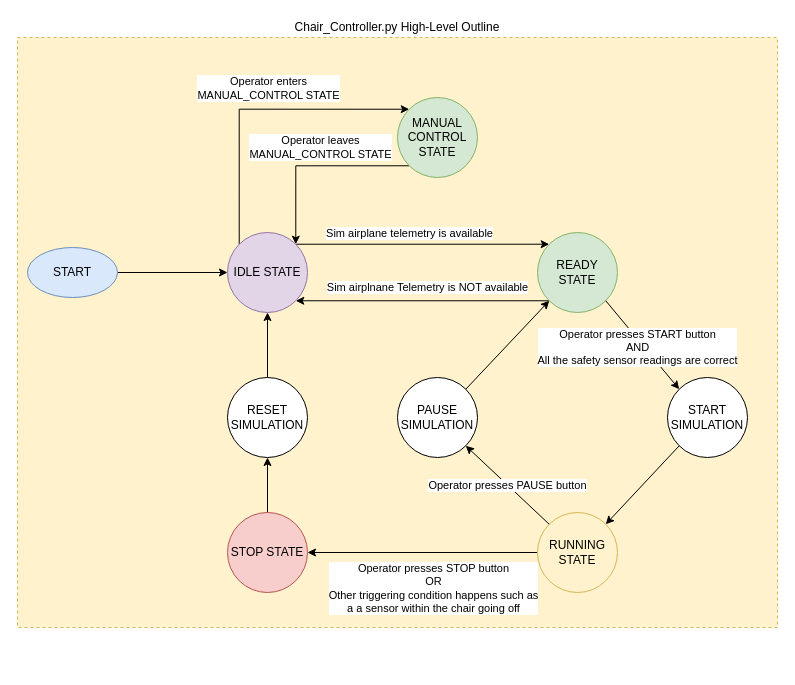
The draw.io diagram FlowChart_Files/High_Level_Outline.drawio in robodude0395/Falcon2_Flight_Sim_Software, before the edit. Source tidied: cells renumbered, new cells numbered last; positions are measured from the earlier drawing's top-left corner, leaving out a move shared by most shapes. Both pictures are drawn from the tidied source at 100%, with x=0, y=0 at pixel (17, 17).
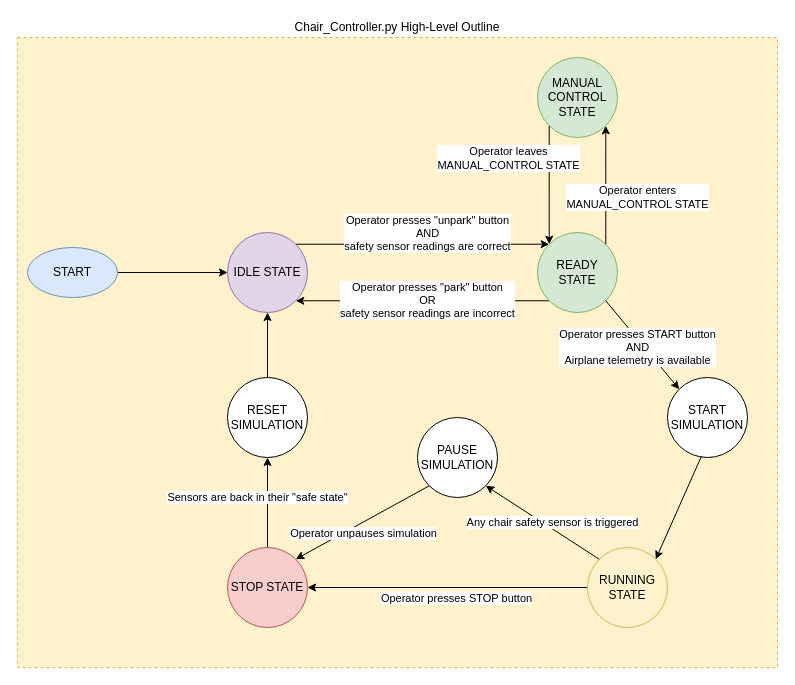
Above is the later version.

Unchanged cells that the change refers to:
```xml
<mxCell id="5" style="edgeStyle=orthogonalEdgeStyle;rounded=0;jettySize=auto;html=1;exitX=1;exitY=0;exitDx=0;exitDy=0;entryX=0;entryY=0;entryDx=0;entryDy=0;" parent="1" edge="1" source="9" target="11">
  <mxGeometry relative="1" as="geometry" />
</mxCell>
<mxCell id="9" value="IDLE STATE" style="ellipse;whiteSpace=wrap;html=1;fillColor=#e1d5e7;strokeColor=#9673a6;" parent="1" vertex="1">
  <mxGeometry x="210" y="215" width="80" height="80" as="geometry" />
</mxCell>
<mxCell id="11" value="READY STATE" style="ellipse;whiteSpace=wrap;html=1;fillColor=#d5e8d4;strokeColor=#82b366;" parent="1" vertex="1">
  <mxGeometry x="520" y="215" width="80" height="80" as="geometry" />
</mxCell>
<mxCell id="12" style="edgeStyle=orthogonalEdgeStyle;rounded=0;jettySize=auto;html=1;exitX=0;exitY=0.5;exitDx=0;exitDy=0;entryX=1;entryY=0.5;entryDx=0;entryDy=0;" parent="1" edge="1" source="14" target="16">
  <mxGeometry relative="1" as="geometry" />
</mxCell>
<mxCell id="20" value="START SIMULATION" style="ellipse;whiteSpace=wrap;html=1;" parent="1" vertex="1">
  <mxGeometry x="650" y="360" width="80" height="80" as="geometry" />
</mxCell>
<mxCell id="24" value="RESET SIMULATION" style="ellipse;whiteSpace=wrap;html=1;" parent="1" vertex="1">
  <mxGeometry x="210" y="360" width="80" height="80" as="geometry" />
</mxCell>
```

Change to the diagram source:
```diff
@@
     <mxCell id="2" style="rounded=0;whiteSpace=wrap;html=1;fillColor=#fff2cc;strokeColor=#d6b656;dashed=1;" parent="1" vertex="1">
-      <mxGeometry y="20" width="760" height="590" as="geometry" />
+      <mxGeometry y="20" width="760" height="630" as="geometry" />
     </mxCell>
@@
-    <mxCell id="6" value="Sim airplane telemetry is available" style="edgeLabel;html=1;align=center;verticalAlign=middle;" parent="5" vertex="1">
+    <mxCell id="6" value="Operator presses &quot;unpark&quot; button&lt;br&gt;AND&lt;br&gt;safety sensor readings are correct" style="edgeLabel;html=1;align=center;verticalAlign=middle;" parent="5" vertex="1">
       <mxGeometry x="-0.11" y="1" relative="1" as="geometry">
-        <mxPoint y="-10.7" as="offset" />
+        <mxPoint x="18.7" y="-10.7" as="offset" />
       </mxGeometry>
     </mxCell>
-    <mxCell id="7" style="edgeStyle=orthogonalEdgeStyle;rounded=0;jettySize=auto;html=1;exitX=0;exitY=0;exitDx=0;exitDy=0;entryX=0;entryY=1;entryDx=0;entryDy=0;" parent="1" edge="1" source="9" target="28">
-      <mxGeometry relative="1" as="geometry">
-        <Array as="points">
-          <mxPoint x="222" y="92" />
-        </Array>
-      </mxGeometry>
-    </mxCell>
-    <mxCell id="8" value="Operator enters &lt;br&gt;MANUAL_CONTROL STATE" style="edgeLabel;html=1;align=center;verticalAlign=middle;" parent="7" vertex="1">
-      <mxGeometry x="0.36" y="8" relative="1" as="geometry">
-        <mxPoint x="-42.7" y="-13.7" as="offset" />
-      </mxGeometry>
-    </mxCell>
@@
-    <mxCell id="10" value="&lt;span style=&quot;color: rgb(0 , 0 , 0) ; font-family: &amp;#34;helvetica&amp;#34; ; font-size: 11px ; font-style: normal ; font-weight: 400 ; letter-spacing: normal ; text-align: center ; text-indent: 0px ; text-transform: none ; word-spacing: 0px ; background-color: rgb(255 , 255 , 255) ; display: inline ; float: none&quot;&gt;Sim airplnane Telemetry is NOT available&lt;/span&gt;" style="edgeStyle=orthogonalEdgeStyle;rounded=0;jettySize=auto;html=1;exitX=0;exitY=1;exitDx=0;exitDy=0;entryX=1;entryY=1;entryDx=0;entryDy=0;" parent="1" edge="1" source="11" target="9">
-      <mxGeometry x="-0.04" y="-13" relative="1" as="geometry" />
+    <mxCell id="10" value="&lt;span style=&quot;color: rgb(0 , 0 , 0) ; font-family: &amp;#34;helvetica&amp;#34; ; font-size: 11px ; font-style: normal ; font-weight: 400 ; letter-spacing: normal ; text-align: center ; text-indent: 0px ; text-transform: none ; word-spacing: 0px ; background-color: rgb(255 , 255 , 255) ; display: inline ; float: none&quot;&gt;Operator presses &quot;park&quot; button&lt;br&gt;OR&lt;br&gt;safety sensor readings are incorrect&lt;br&gt;&lt;/span&gt;" style="edgeStyle=orthogonalEdgeStyle;rounded=0;jettySize=auto;html=1;exitX=0;exitY=1;exitDx=0;exitDy=0;entryX=1;entryY=1;entryDx=0;entryDy=0;" parent="1" edge="1" source="11" target="9">
+      <mxGeometry x="-0.04" relative="1" as="geometry" />
     </mxCell>
@@
-    <mxCell id="13" value="Operator presses STOP button&lt;br&gt;OR&lt;br&gt;Other triggering condition happens such as&lt;br&gt;a a sensor within the chair going off" style="edgeLabel;html=1;align=center;verticalAlign=middle;" parent="12" vertex="1">
+    <mxCell id="13" value="Operator presses STOP button" style="edgeLabel;html=1;align=center;verticalAlign=middle;" parent="12" vertex="1">
       <mxGeometry x="-0.09" y="1" relative="1" as="geometry">
-        <mxPoint y="34" as="offset" />
+        <mxPoint x="-5" y="9" as="offset" />
       </mxGeometry>
     </mxCell>
     <mxCell id="14" value="RUNNING STATE" style="ellipse;whiteSpace=wrap;html=1;fillColor=#fff2cc;strokeColor=#d6b656;" parent="1" vertex="1">
-      <mxGeometry x="520" y="495" width="80" height="80" as="geometry" />
+      <mxGeometry x="570" y="530" width="80" height="80" as="geometry" />
     </mxCell>
-    <mxCell id="15" style="edgeStyle=orthogonalEdgeStyle;rounded=0;jettySize=auto;html=1;exitX=0.5;exitY=0;exitDx=0;exitDy=0;entryX=0.5;entryY=1;entryDx=0;entryDy=0;" parent="1" edge="1" source="16" target="24">
-      <mxGeometry relative="1" as="geometry" />
+    <mxCell id="15" value="Sensors are back in their &quot;safe state&quot;" style="edgeStyle=orthogonalEdgeStyle;rounded=0;jettySize=auto;html=1;exitX=0.5;exitY=0;exitDx=0;exitDy=0;entryX=0.5;entryY=1;entryDx=0;entryDy=0;" parent="1" edge="1" source="16" target="24">
+      <mxGeometry x="0.11" y="10" relative="1" as="geometry" />
     </mxCell>
     <mxCell id="16" value="STOP STATE" style="ellipse;whiteSpace=wrap;html=1;fillColor=#f8cecc;strokeColor=#b85450;" parent="1" vertex="1">
-      <mxGeometry x="210" y="495" width="80" height="80" as="geometry" />
+      <mxGeometry x="210" y="530" width="80" height="80" as="geometry" />
     </mxCell>
     <mxCell id="17" value="PAUSE SIMULATION" style="ellipse;whiteSpace=wrap;html=1;" parent="1" vertex="1">
-      <mxGeometry x="380" y="360" width="80" height="80" as="geometry" />
+      <mxGeometry x="400" y="400" width="80" height="80" as="geometry" />
     </mxCell>
-    <mxCell id="18" value="Operator presses PAUSE button" style="endArrow=classic;html=1;exitX=0;exitY=0;exitDx=0;exitDy=0;entryX=1;entryY=1;entryDx=0;entryDy=0;" parent="1" edge="1" source="14" target="17">
-      <mxGeometry relative="1" as="geometry" />
+    <mxCell id="18" value="Any chair safety sensor is triggered" style="endArrow=classic;html=1;exitX=0;exitY=0;exitDx=0;exitDy=0;entryX=1;entryY=1;entryDx=0;entryDy=0;" parent="1" edge="1" source="14" target="17">
+      <mxGeometry x="-0.12" y="-6" relative="1" as="geometry" />
     </mxCell>
-    <mxCell id="19" style="endArrow=classic;html=1;exitX=1;exitY=0;exitDx=0;exitDy=0;entryX=0;entryY=1;entryDx=0;entryDy=0;" parent="1" edge="1" source="17" target="11">
-      <mxGeometry relative="1" as="geometry" />
-    </mxCell>
@@
-    <mxCell id="21" value="Operator presses START button&lt;br&gt;AND&lt;br&gt;All the safety sensor readings are correct" style="endArrow=classic;html=1;exitX=1;exitY=1;exitDx=0;exitDy=0;entryX=0;entryY=0;entryDx=0;entryDy=0;" parent="1" edge="1" source="11" target="20">
+    <mxCell id="21" value="Operator presses START button&lt;br&gt;AND&lt;br&gt;Airplane telemetry is available" style="endArrow=classic;html=1;exitX=1;exitY=1;exitDx=0;exitDy=0;entryX=0;entryY=0;entryDx=0;entryDy=0;" parent="1" edge="1" source="11" target="20">
       <mxGeometry x="-0.02" y="-5" relative="1" as="geometry" />
     </mxCell>
-    <mxCell id="22" style="endArrow=classic;html=1;exitX=0;exitY=1;exitDx=0;exitDy=0;entryX=1;entryY=0;entryDx=0;entryDy=0;" parent="1" edge="1" source="20" target="14">
+    <mxCell id="22" style="endArrow=classic;html=1;exitX=0.425;exitY=0.983;exitDx=0;exitDy=0;entryX=1;entryY=0;entryDx=0;entryDy=0;exitPerimeter=0;" parent="1" edge="1" source="20" target="14">
       <mxGeometry relative="1" as="geometry" />
     </mxCell>
@@
-    <mxCell id="26" style="edgeStyle=orthogonalEdgeStyle;rounded=0;jettySize=auto;html=1;exitX=1;exitY=1;exitDx=0;exitDy=0;entryX=1;entryY=0;entryDx=0;entryDy=0;" parent="1" edge="1" source="28" target="9">
-      <mxGeometry relative="1" as="geometry" />
-    </mxCell>
+    <mxCell id="28" value="MANUAL CONTROL&lt;br&gt;STATE" style="ellipse;whiteSpace=wrap;html=1;fillColor=#d5e8d4;strokeColor=#82b366;direction=south;" parent="1" vertex="1">
+      <mxGeometry x="520" y="40" width="80" height="80" as="geometry" />
+    </mxCell>
+    <mxCell id="29" style="edgeStyle=orthogonalEdgeStyle;rounded=0;jettySize=auto;html=1;entryX=1;entryY=0;entryDx=0;entryDy=0;exitX=1;exitY=0;exitDx=0;exitDy=0;" parent="1" edge="1" source="11" target="28">
+      <mxGeometry relative="1" as="geometry">
+        <Array as="points">
+          <mxPoint x="588" y="190" />
+          <mxPoint x="588" y="190" />
+        </Array>
+      </mxGeometry>
+    </mxCell>
+    <mxCell id="8" value="Operator enters &lt;br&gt;MANUAL_CONTROL STATE" style="edgeLabel;html=1;align=center;verticalAlign=middle;" parent="29" vertex="1">
+      <mxGeometry x="0.36" y="8" relative="1" as="geometry">
+        <mxPoint x="39.7" y="33.3" as="offset" />
+      </mxGeometry>
+    </mxCell>
+    <mxCell id="30" style="edgeStyle=orthogonalEdgeStyle;rounded=0;jettySize=auto;html=1;exitX=1;exitY=1;exitDx=0;exitDy=0;entryX=0;entryY=0;entryDx=0;entryDy=0;" parent="1" edge="1" source="28" target="11">
+      <mxGeometry relative="1" as="geometry">
+        <Array as="points">
+          <mxPoint x="532" y="130" />
+          <mxPoint x="532" y="130" />
+        </Array>
+      </mxGeometry>
+    </mxCell>
-    <mxCell id="27" value="Operator leaves&lt;br&gt;MANUAL_CONTROL STATE" style="edgeLabel;html=1;align=center;verticalAlign=middle;" parent="26" vertex="1">
+    <mxCell id="27" value="Operator leaves&lt;br&gt;MANUAL_CONTROL STATE" style="edgeLabel;html=1;align=center;verticalAlign=middle;" parent="30" vertex="1">
       <mxGeometry x="-0.18" y="-5" relative="1" as="geometry">
-        <mxPoint x="-10.7" y="-13.3" as="offset" />
+        <mxPoint x="-36.7" y="-16.3" as="offset" />
       </mxGeometry>
     </mxCell>
-    <mxCell id="28" value="MANUAL CONTROL&lt;br&gt;STATE" style="ellipse;whiteSpace=wrap;html=1;fillColor=#d5e8d4;strokeColor=#82b366;direction=south;" parent="1" vertex="1">
-      <mxGeometry x="380" y="80" width="80" height="80" as="geometry" />
-    </mxCell>
+    <mxCell id="31" style="endArrow=classic;html=1;exitX=0;exitY=1;exitDx=0;exitDy=0;entryX=1;entryY=0;entryDx=0;entryDy=0;" parent="1" edge="1" source="17" target="16">
+      <mxGeometry relative="1" as="geometry" />
+    </mxCell>
+    <mxCell id="32" value="Operator unpauses simulation" style="edgeLabel;html=1;align=center;verticalAlign=middle;" parent="31" vertex="1">
+      <mxGeometry x="0.06" y="9" relative="1" as="geometry" />
+    </mxCell>
```
